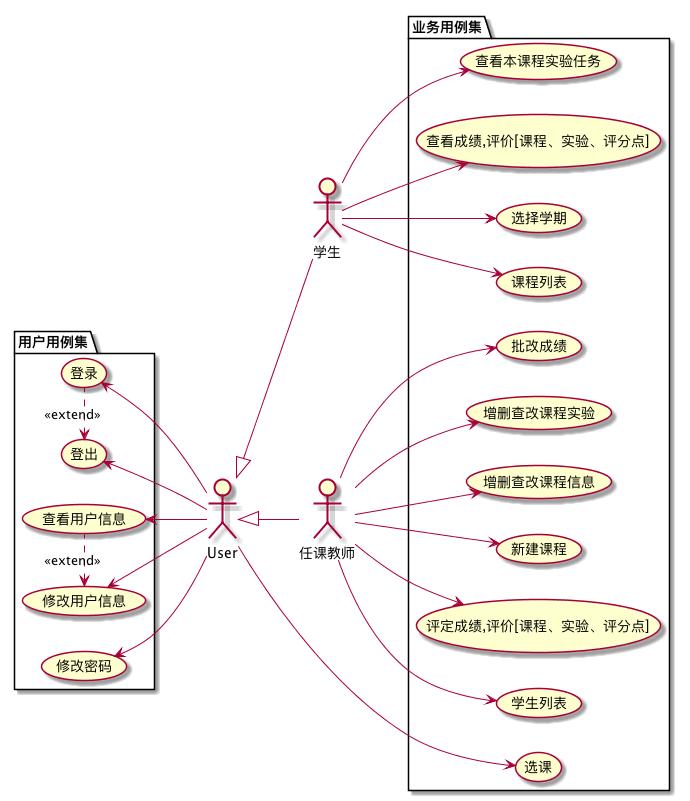
Before: out/test6/用例图/用例图.png, a diagram exported from PlantUML (Landy7/is_analysis).
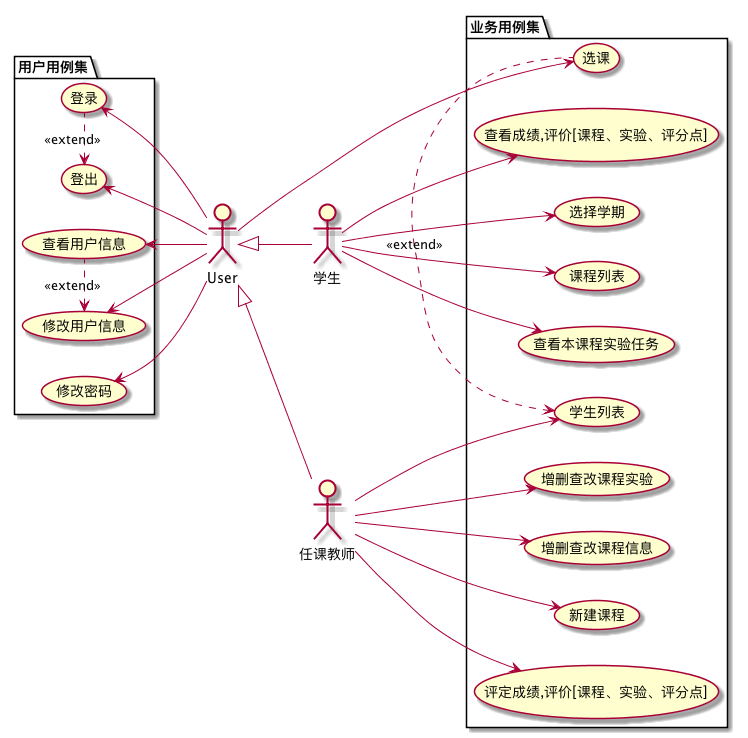
After the commit.

Change to the diagram source:
```diff
@@ -21,7 +21,6 @@
     (选课) as singCourse
     (课程列表) as getClassList
     (学生列表) as GetStudents
-    (批改成绩) as setGrade
     (增删查改课程实验) as CourseTask
     (增删查改课程信息) as Course
     (新建课程) as addCourse
@@ -35,11 +34,11 @@
     student --> semester
     User --> singCourse
     teacher --> GetStudents
-    teacher --> setGrade
     teacher --> CourseTask
     teacher --> Course
     teacher --> addCourse
     teacher --> ScoreAssess
+    singCourse -left.> GetStudents:<<extend>>
 }
 student -up-|> User
 teacher -up-|> User
```
